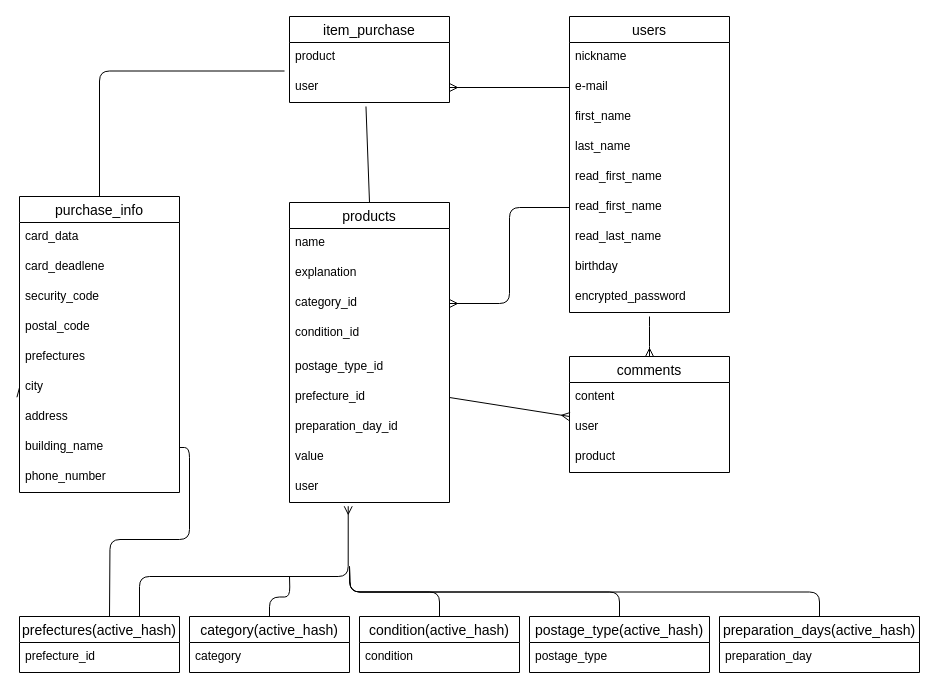
oomotoo/furima-39019 keeps this draw.io diagram as er.dio. Above is the earlier version. Source tidied: cells renumbered, new cells numbered last; positions are measured from the earlier drawing's top-left corner, leaving out a move shared by most shapes. Both pictures are drawn from the tidied source at 100%, with x=0, y=0 at pixel (19, 16).
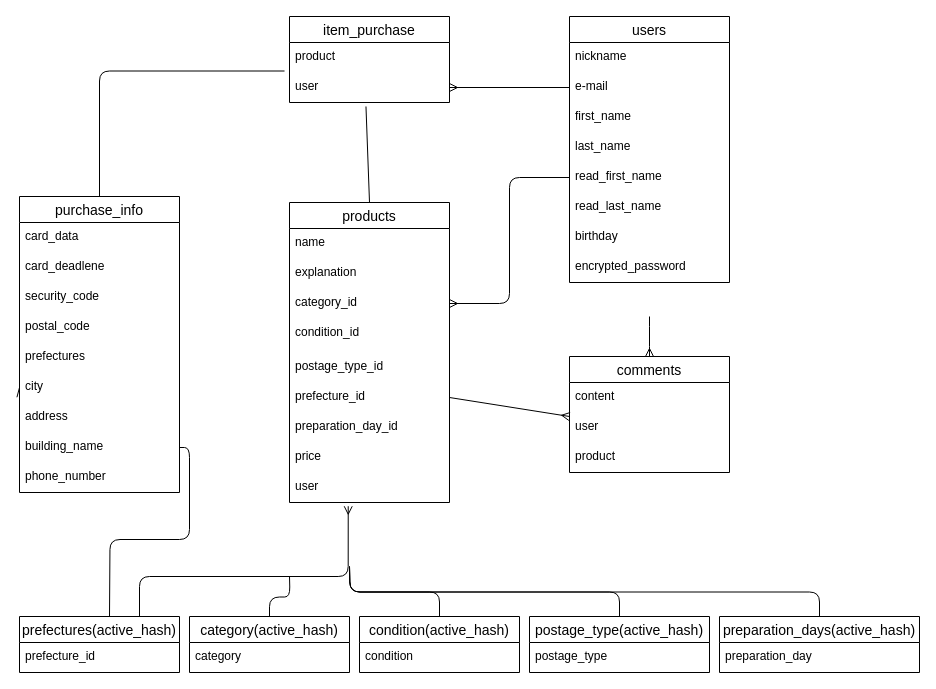
Above is the later version.

Commit message (it also covers changes not shown here):
データベース設計

Unchanged cells that the change refers to:
```xml
<mxCell id="16" value="products" style="swimlane;fontStyle=0;horizontal=1;startSize=26;align=center;fontSize=14;" parent="1" vertex="1">
  <mxGeometry x="270" y="186" width="160" height="300" as="geometry" />
</mxCell>
```

Diff of the diagram source:
```diff
@@
     <mxCell id="5" value="users" style="swimlane;fontStyle=0;horizontal=1;startSize=26;align=center;fontSize=14;" parent="1" vertex="1">
-      <mxGeometry x="550" width="160" height="296" as="geometry" />
+      <mxGeometry x="550" width="160" height="266" as="geometry" />
     </mxCell>
@@
-    <mxCell id="10" value="read_first_name" style="text;strokeColor=none;fillColor=none;spacingLeft=4;spacingRight=4;overflow=hidden;fontSize=12;" parent="5" vertex="1">
-      <mxGeometry y="146" width="160" height="30" as="geometry" />
-    </mxCell>
     <mxCell id="11" value="read_first_name" style="text;strokeColor=none;fillColor=none;spacingLeft=4;spacingRight=4;overflow=hidden;points=[[0,0.5],[1,0.5]];portConstraint=eastwest;fontSize=12;" parent="5" vertex="1">
-      <mxGeometry y="176" width="160" height="30" as="geometry" />
+      <mxGeometry y="146" width="160" height="30" as="geometry" />
     </mxCell>
     <mxCell id="12" value="read_last_name" style="text;strokeColor=none;fillColor=none;spacingLeft=4;spacingRight=4;overflow=hidden;fontSize=12;" parent="5" vertex="1">
-      <mxGeometry y="206" width="160" height="30" as="geometry" />
+      <mxGeometry y="176" width="160" height="30" as="geometry" />
     </mxCell>
     <mxCell id="13" value="birthday" style="text;strokeColor=none;fillColor=none;spacingLeft=4;spacingRight=4;overflow=hidden;fontSize=12;" parent="5" vertex="1">
-      <mxGeometry y="236" width="160" height="30" as="geometry" />
+      <mxGeometry y="206" width="160" height="30" as="geometry" />
     </mxCell>
     <mxCell id="14" value="encrypted_password" style="text;strokeColor=none;fillColor=none;spacingLeft=4;spacingRight=4;overflow=hidden;fontSize=12;" parent="5" vertex="1">
-      <mxGeometry y="266" width="160" height="30" as="geometry" />
+      <mxGeometry y="236" width="160" height="30" as="geometry" />
     </mxCell>
@@
-    <mxCell id="24" value="value" style="text;strokeColor=none;fillColor=none;spacingLeft=4;spacingRight=4;overflow=hidden;fontSize=12;" parent="16" vertex="1">
+    <mxCell id="24" value="price" style="text;strokeColor=none;fillColor=none;spacingLeft=4;spacingRight=4;overflow=hidden;fontSize=12;" parent="16" vertex="1">
       <mxGeometry y="240" width="160" height="30" as="geometry" />
     </mxCell>
```
